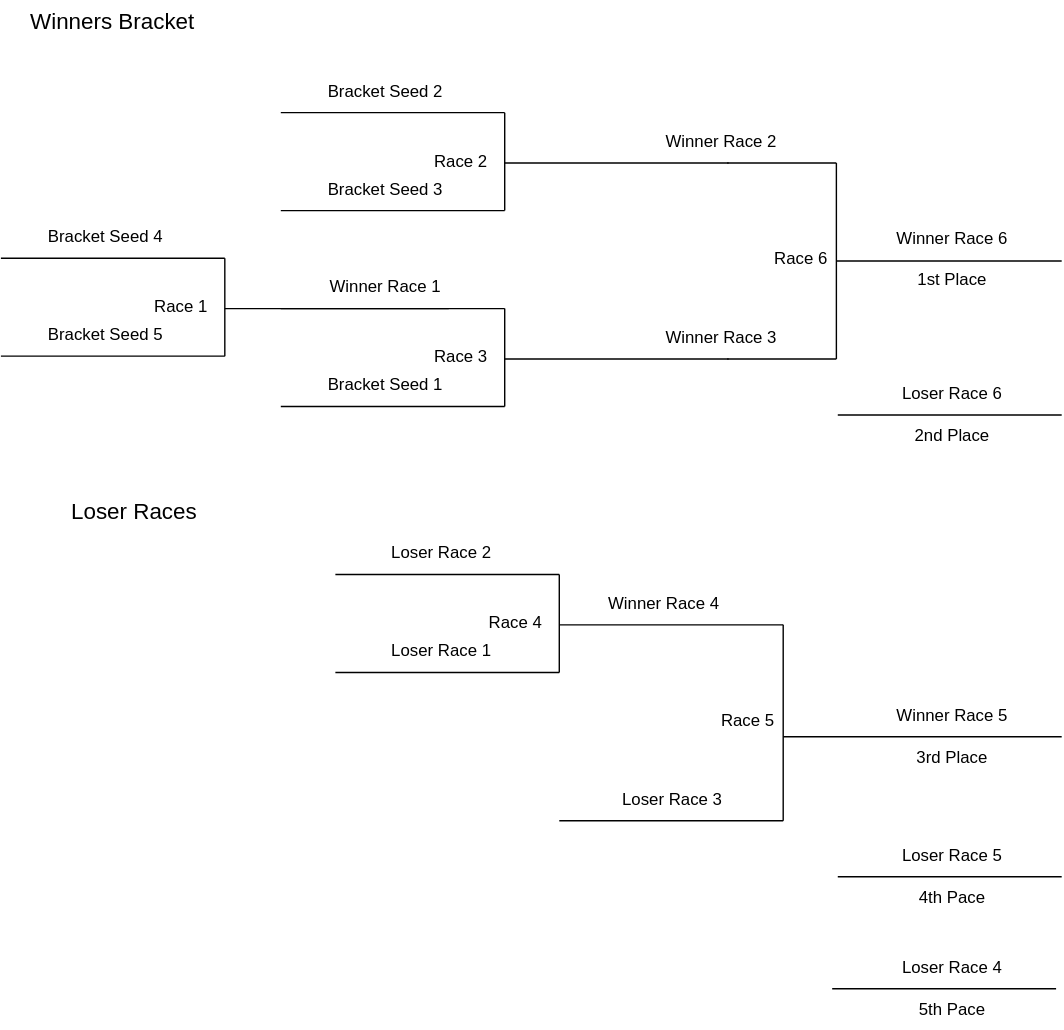
Above: static/img/5-team-se-bracket.drawio.svg in bhall2001/flyballmanager-www (draw.io), before the change. Source tidied: cells renumbered, new cells last; positions are measured from the earlier drawing's top-left corner, leaving out a move shared by most shapes.
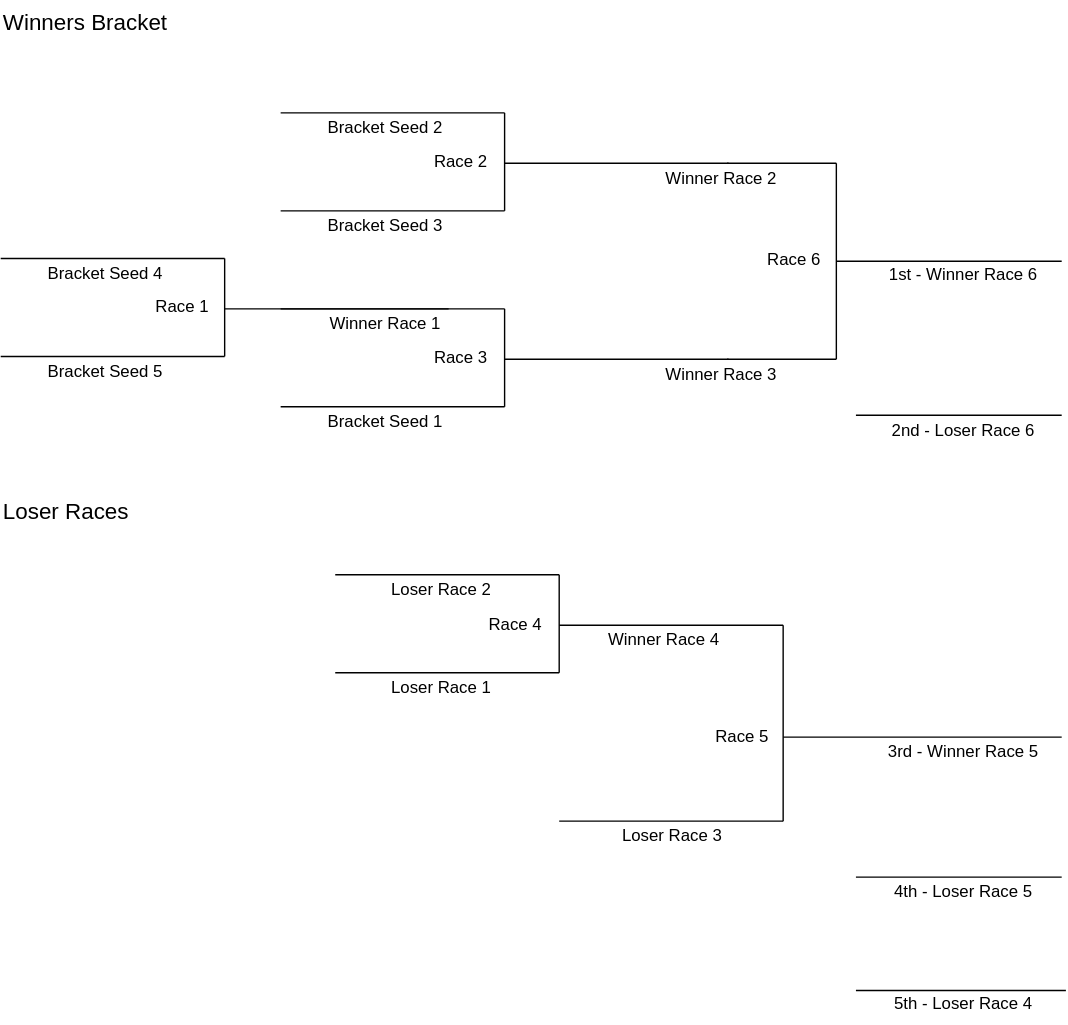
The same diagram one commit later.

Diff of the diagram source:
```diff
@@ -2,11 +2,11 @@
   <root>
     <mxCell id="0" />
     <mxCell id="1" parent="0" />
-    <mxCell id="2" value="&lt;font style=&quot;font-size: 16px;&quot;&gt;Winners Bracket&lt;/font&gt;" style="text;html=1;align=center;verticalAlign=middle;whiteSpace=wrap;rounded=0;" parent="1" vertex="1">
-      <mxGeometry x="20" width="120" height="30" as="geometry" />
+    <mxCell id="2" value="&lt;font style=&quot;font-size: 16px;&quot;&gt;Winners Bracket&lt;/font&gt;" style="text;html=1;align=left;verticalAlign=middle;whiteSpace=wrap;rounded=0;" parent="1" vertex="1">
+      <mxGeometry y="-26" width="120" height="30" as="geometry" />
     </mxCell>
     <mxCell id="3" style="group;" parent="1" vertex="1">
-      <mxGeometry x="200" y="80" width="320" height="70" as="geometry" />
+      <mxGeometry x="200" y="54" width="320" height="70" as="geometry" />
     </mxCell>
     <mxCell id="4" style="endArrow=none;html=1;rounded=0;" parent="3" edge="1">
       <mxGeometry relative="1" as="geometry">
@@ -36,7 +36,7 @@
       </mxGeometry>
     </mxCell>
     <mxCell id="9" style="group;" parent="1" vertex="1">
-      <mxGeometry x="200" y="220" width="320" height="70" as="geometry" />
+      <mxGeometry x="200" y="194" width="320" height="70" as="geometry" />
     </mxCell>
     <mxCell id="10" style="endArrow=none;html=1;rounded=0;" parent="9" edge="1">
       <mxGeometry relative="1" as="geometry">
@@ -66,7 +66,7 @@
       </mxGeometry>
     </mxCell>
     <mxCell id="15" style="group;" parent="1" vertex="1">
-      <mxGeometry x="239" y="410" width="320" height="70" as="geometry" />
+      <mxGeometry x="239" y="384" width="320" height="70" as="geometry" />
     </mxCell>
     <mxCell id="16" style="endArrow=none;html=1;rounded=0;" parent="15" edge="1">
       <mxGeometry relative="1" as="geometry">
@@ -87,7 +87,7 @@
       </mxGeometry>
     </mxCell>
     <mxCell id="19" value="Race 4" style="text;html=1;align=right;verticalAlign=middle;whiteSpace=wrap;rounded=0;" parent="15" vertex="1">
-      <mxGeometry x="60" y="20" width="90" height="30" as="geometry" />
+      <mxGeometry x="60" y="21" width="90" height="30" as="geometry" />
     </mxCell>
     <mxCell id="20" style="endArrow=none;html=1;rounded=0;" parent="15" edge="1">
       <mxGeometry relative="1" as="geometry">
@@ -95,59 +95,47 @@
         <mxPoint x="320" y="36" as="targetPoint" />
       </mxGeometry>
     </mxCell>
-    <mxCell id="21" value="&lt;font style=&quot;font-size: 16px;&quot;&gt;Loser Races&lt;/font&gt;" style="text;html=1;align=center;verticalAlign=middle;whiteSpace=wrap;rounded=0;" parent="1" vertex="1">
-      <mxGeometry x="20" y="350" width="151" height="30" as="geometry" />
+    <mxCell id="21" value="&lt;font style=&quot;font-size: 16px;&quot;&gt;Loser Races&lt;/font&gt;" style="text;html=1;align=left;verticalAlign=middle;whiteSpace=wrap;rounded=0;" parent="1" vertex="1">
+      <mxGeometry y="324" width="151" height="30" as="geometry" />
     </mxCell>
     <mxCell id="22" value="Race 6" style="text;html=1;align=right;verticalAlign=middle;whiteSpace=wrap;rounded=0;" parent="1" vertex="1">
-      <mxGeometry x="503" y="170" width="90" height="30" as="geometry" />
+      <mxGeometry x="498" y="144" width="90" height="30" as="geometry" />
     </mxCell>
     <mxCell id="23" style="endArrow=none;html=1;rounded=0;" parent="1" edge="1">
       <mxGeometry relative="1" as="geometry">
-        <mxPoint x="597" y="256" as="sourcePoint" />
-        <mxPoint x="597" y="116" as="targetPoint" />
+        <mxPoint x="597" y="230" as="sourcePoint" />
+        <mxPoint x="597" y="90" as="targetPoint" />
       </mxGeometry>
     </mxCell>
     <mxCell id="24" style="endArrow=none;html=1;rounded=0;" parent="1" edge="1">
       <mxGeometry relative="1" as="geometry">
-        <mxPoint x="597" y="186" as="sourcePoint" />
-        <mxPoint x="758" y="186" as="targetPoint" />
+        <mxPoint x="597" y="160" as="sourcePoint" />
+        <mxPoint x="758" y="160" as="targetPoint" />
       </mxGeometry>
     </mxCell>
     <mxCell id="25" style="endArrow=none;html=1;rounded=0;" parent="1" edge="1">
       <mxGeometry relative="1" as="geometry">
-        <mxPoint x="598" y="296" as="sourcePoint" />
-        <mxPoint x="758" y="296" as="targetPoint" />
+        <mxPoint x="611" y="270" as="sourcePoint" />
+        <mxPoint x="758" y="270" as="targetPoint" />
       </mxGeometry>
     </mxCell>
     <mxCell id="26" style="endArrow=none;html=1;rounded=0;" parent="1" edge="1">
       <mxGeometry relative="1" as="geometry">
-        <mxPoint x="559" y="526" as="sourcePoint" />
-        <mxPoint x="758" y="526" as="targetPoint" />
+        <mxPoint x="559" y="500" as="sourcePoint" />
+        <mxPoint x="758" y="500" as="targetPoint" />
       </mxGeometry>
     </mxCell>
-    <mxCell id="27" value="1st Place" style="text;html=1;align=center;verticalAlign=middle;whiteSpace=wrap;rounded=0;" parent="1" vertex="1">
-      <mxGeometry x="635" y="185" width="90" height="30" as="geometry" />
-    </mxCell>
-    <mxCell id="28" value="2nd Place" style="text;html=1;align=center;verticalAlign=middle;whiteSpace=wrap;rounded=0;" parent="1" vertex="1">
-      <mxGeometry x="635" y="296" width="90" height="30" as="geometry" />
-    </mxCell>
-    <mxCell id="29" value="3rd Place" style="text;html=1;align=center;verticalAlign=middle;whiteSpace=wrap;rounded=0;" parent="1" vertex="1">
-      <mxGeometry x="635" y="526" width="90" height="30" as="geometry" />
-    </mxCell>
-    <mxCell id="30" value="4th Pace" style="text;html=1;align=center;verticalAlign=middle;whiteSpace=wrap;rounded=0;" parent="1" vertex="1">
-      <mxGeometry x="635" y="626" width="90" height="30" as="geometry" />
-    </mxCell>
-    <mxCell id="31" value="Winner Race 6" style="text;html=1;align=center;verticalAlign=middle;whiteSpace=wrap;rounded=0;" parent="1" vertex="1">
-      <mxGeometry x="635" y="155" width="90" height="30" as="geometry" />
+    <mxCell id="31" value="1st - Winner Race 6" style="text;html=1;align=center;verticalAlign=middle;whiteSpace=wrap;rounded=0;" parent="1" vertex="1">
+      <mxGeometry x="630" y="155" width="116" height="30" as="geometry" />
     </mxCell>
-    <mxCell id="32" value="Loser Race 6" style="text;html=1;align=center;verticalAlign=middle;whiteSpace=wrap;rounded=0;" parent="1" vertex="1">
-      <mxGeometry x="635" y="266" width="90" height="30" as="geometry" />
+    <mxCell id="32" value="2nd - Loser Race 6" style="text;html=1;align=center;verticalAlign=middle;whiteSpace=wrap;rounded=0;" parent="1" vertex="1">
+      <mxGeometry x="635" y="266" width="106" height="30" as="geometry" />
     </mxCell>
-    <mxCell id="33" value="Winner Race 5" style="text;html=1;align=center;verticalAlign=middle;whiteSpace=wrap;rounded=0;" parent="1" vertex="1">
-      <mxGeometry x="635" y="496" width="90" height="30" as="geometry" />
+    <mxCell id="33" value="3rd - Winner Race 5" style="text;html=1;align=center;verticalAlign=middle;whiteSpace=wrap;rounded=0;" parent="1" vertex="1">
+      <mxGeometry x="630" y="496" width="116" height="30" as="geometry" />
     </mxCell>
-    <mxCell id="34" value="Loser Race 5" style="text;html=1;align=center;verticalAlign=middle;whiteSpace=wrap;rounded=0;" parent="1" vertex="1">
-      <mxGeometry x="635" y="596" width="90" height="30" as="geometry" />
+    <mxCell id="34" value="4th - Loser Race 5" style="text;html=1;align=center;verticalAlign=middle;whiteSpace=wrap;rounded=0;" parent="1" vertex="1">
+      <mxGeometry x="635" y="596" width="106" height="30" as="geometry" />
     </mxCell>
     <mxCell id="35" value="Winner Race 2" style="text;html=1;align=center;verticalAlign=middle;whiteSpace=wrap;rounded=0;" parent="1" vertex="1">
       <mxGeometry x="470" y="86" width="90" height="30" as="geometry" />
@@ -174,7 +162,7 @@
       <mxGeometry x="230" y="260" width="90" height="30" as="geometry" />
     </mxCell>
     <mxCell id="43" style="group;" parent="1" vertex="1">
-      <mxGeometry y="184" width="320" height="70" as="geometry" />
+      <mxGeometry y="158" width="320" height="70" as="geometry" />
     </mxCell>
     <mxCell id="44" style="endArrow=none;html=1;rounded=0;" parent="43" edge="1">
       <mxGeometry relative="1" as="geometry">
@@ -195,7 +183,7 @@
       </mxGeometry>
     </mxCell>
     <mxCell id="47" value="Race 1" style="text;html=1;align=right;verticalAlign=middle;whiteSpace=wrap;rounded=0;" parent="43" vertex="1">
-      <mxGeometry x="60" y="20" width="90" height="30" as="geometry" />
+      <mxGeometry x="61" y="20" width="90" height="30" as="geometry" />
     </mxCell>
     <mxCell id="48" style="endArrow=none;html=1;rounded=0;" parent="43" edge="1">
       <mxGeometry relative="1" as="geometry">
@@ -204,12 +192,12 @@
       </mxGeometry>
     </mxCell>
     <mxCell id="49" value="Race 5" style="text;html=1;align=right;verticalAlign=middle;whiteSpace=wrap;rounded=0;" parent="1" vertex="1">
-      <mxGeometry x="465" y="500" width="90" height="30" as="geometry" />
+      <mxGeometry x="461" y="485" width="90" height="30" as="geometry" />
     </mxCell>
     <mxCell id="50" style="endArrow=none;html=1;rounded=0;" parent="1" edge="1">
       <mxGeometry relative="1" as="geometry">
-        <mxPoint x="559" y="586" as="sourcePoint" />
-        <mxPoint x="559" y="446" as="targetPoint" />
+        <mxPoint x="559" y="560" as="sourcePoint" />
+        <mxPoint x="559" y="420" as="targetPoint" />
       </mxGeometry>
     </mxCell>
     <mxCell id="51" value="Winner Race 4" style="text;html=1;align=center;verticalAlign=middle;whiteSpace=wrap;rounded=0;" parent="1" vertex="1">
@@ -217,8 +205,8 @@
     </mxCell>
     <mxCell id="52" style="endArrow=none;html=1;rounded=0;" parent="1" edge="1">
       <mxGeometry relative="1" as="geometry">
-        <mxPoint x="399" y="586" as="sourcePoint" />
-        <mxPoint x="559" y="586" as="targetPoint" />
+        <mxPoint x="399" y="560" as="sourcePoint" />
+        <mxPoint x="559" y="560" as="targetPoint" />
       </mxGeometry>
     </mxCell>
     <mxCell id="53" value="Loser Race 3" style="text;html=1;align=center;verticalAlign=middle;whiteSpace=wrap;rounded=0;" parent="1" vertex="1">
@@ -232,32 +220,29 @@
     </mxCell>
     <mxCell id="56" style="endArrow=none;html=1;rounded=0;" parent="1" edge="1">
       <mxGeometry relative="1" as="geometry">
-        <mxPoint x="519" y="116" as="sourcePoint" />
-        <mxPoint x="597" y="116" as="targetPoint" />
+        <mxPoint x="519" y="90" as="sourcePoint" />
+        <mxPoint x="597" y="90" as="targetPoint" />
       </mxGeometry>
     </mxCell>
     <mxCell id="57" style="endArrow=none;html=1;rounded=0;" parent="1" edge="1">
       <mxGeometry relative="1" as="geometry">
-        <mxPoint x="519" y="256" as="sourcePoint" />
-        <mxPoint x="597" y="256" as="targetPoint" />
+        <mxPoint x="519" y="230" as="sourcePoint" />
+        <mxPoint x="597" y="230" as="targetPoint" />
       </mxGeometry>
     </mxCell>
     <mxCell id="58" style="endArrow=none;html=1;rounded=0;" parent="1" edge="1">
       <mxGeometry relative="1" as="geometry">
-        <mxPoint x="598" y="626" as="sourcePoint" />
-        <mxPoint x="758" y="626" as="targetPoint" />
+        <mxPoint x="611" y="600" as="sourcePoint" />
+        <mxPoint x="758" y="600" as="targetPoint" />
       </mxGeometry>
     </mxCell>
-    <mxCell id="59" value="5th Pace" style="text;html=1;align=center;verticalAlign=middle;whiteSpace=wrap;rounded=0;" parent="1" vertex="1">
-      <mxGeometry x="635" y="706" width="90" height="30" as="geometry" />
-    </mxCell>
-    <mxCell id="60" value="Loser Race 4" style="text;html=1;align=center;verticalAlign=middle;whiteSpace=wrap;rounded=0;" parent="1" vertex="1">
-      <mxGeometry x="635" y="676" width="90" height="30" as="geometry" />
+    <mxCell id="60" value="5th - Loser Race 4" style="text;html=1;align=center;verticalAlign=middle;whiteSpace=wrap;rounded=0;" parent="1" vertex="1">
+      <mxGeometry x="635" y="676" width="106" height="30" as="geometry" />
     </mxCell>
     <mxCell id="61" style="endArrow=none;html=1;rounded=0;" parent="1" edge="1">
       <mxGeometry relative="1" as="geometry">
-        <mxPoint x="594" y="706" as="sourcePoint" />
-        <mxPoint x="754" y="706" as="targetPoint" />
+        <mxPoint x="611" y="681" as="sourcePoint" />
+        <mxPoint x="761" y="681" as="targetPoint" />
       </mxGeometry>
     </mxCell>
   </root>
```
